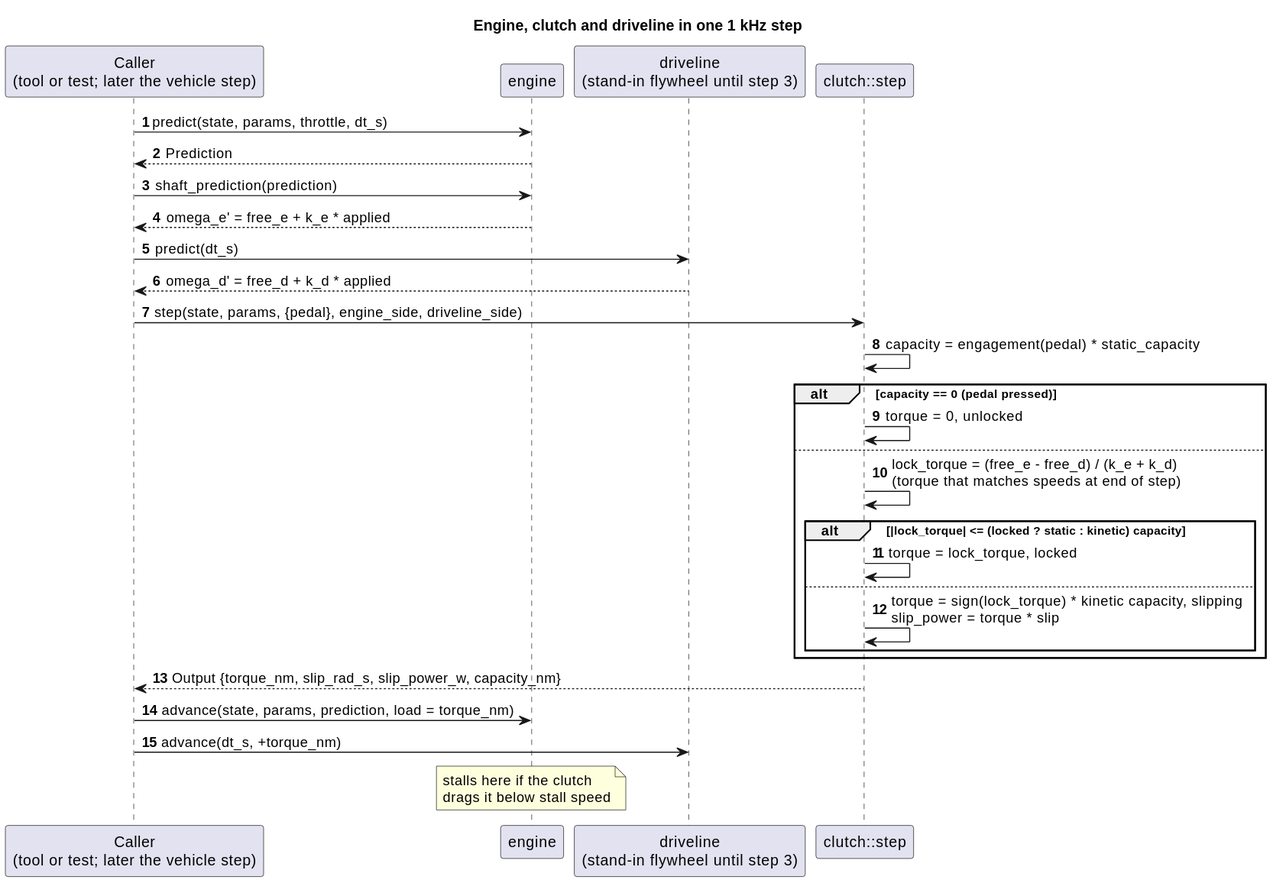
Above: docs/diagrams/svg/clutch_coupling_sequence.svg in wversteeg/TractorPulling (PlantUML), before the change. Its diagram source:
```plantuml
@startuml
title Engine, clutch and driveline in one 1 kHz step
autonumber
participant "Caller\n(tool or test; later the vehicle step)" as Caller
participant "engine" as Engine
participant "driveline\n(stand-in flywheel until step 3)" as Driveline
participant "clutch::step" as Clutch

Caller -> Engine : predict(state, params, throttle, dt_s)
Engine --> Caller : Prediction
Caller -> Engine : shaft_prediction(prediction)
Engine --> Caller : omega_e' = free_e + k_e * applied
Caller -> Driveline : predict(dt_s)
Driveline --> Caller : omega_d' = free_d + k_d * applied

Caller -> Clutch : step(state, params, {pedal}, engine_side, driveline_side)
Clutch -> Clutch : capacity = engagement(pedal) * static_capacity
alt capacity == 0 (pedal pressed)
  Clutch -> Clutch : torque = 0, unlocked
else
  Clutch -> Clutch : lock_torque = (free_e - free_d) / (k_e + k_d)\n(torque that matches speeds at end of step)
  alt |lock_torque| <= (locked ? static : kinetic) capacity
    Clutch -> Clutch : torque = lock_torque, locked
  else
    Clutch -> Clutch : torque = sign(lock_torque) * kinetic capacity, slipping\nslip_power = torque * slip
  end
end
Clutch --> Caller : Output {torque_nm, slip_rad_s, slip_power_w, capacity_nm}

Caller -> Engine : advance(state, params, prediction, load = torque_nm)
Caller -> Driveline : advance(dt_s, +torque_nm)
note over Engine : stalls here if the clutch\ndrags it below stall speed
@enduml
```
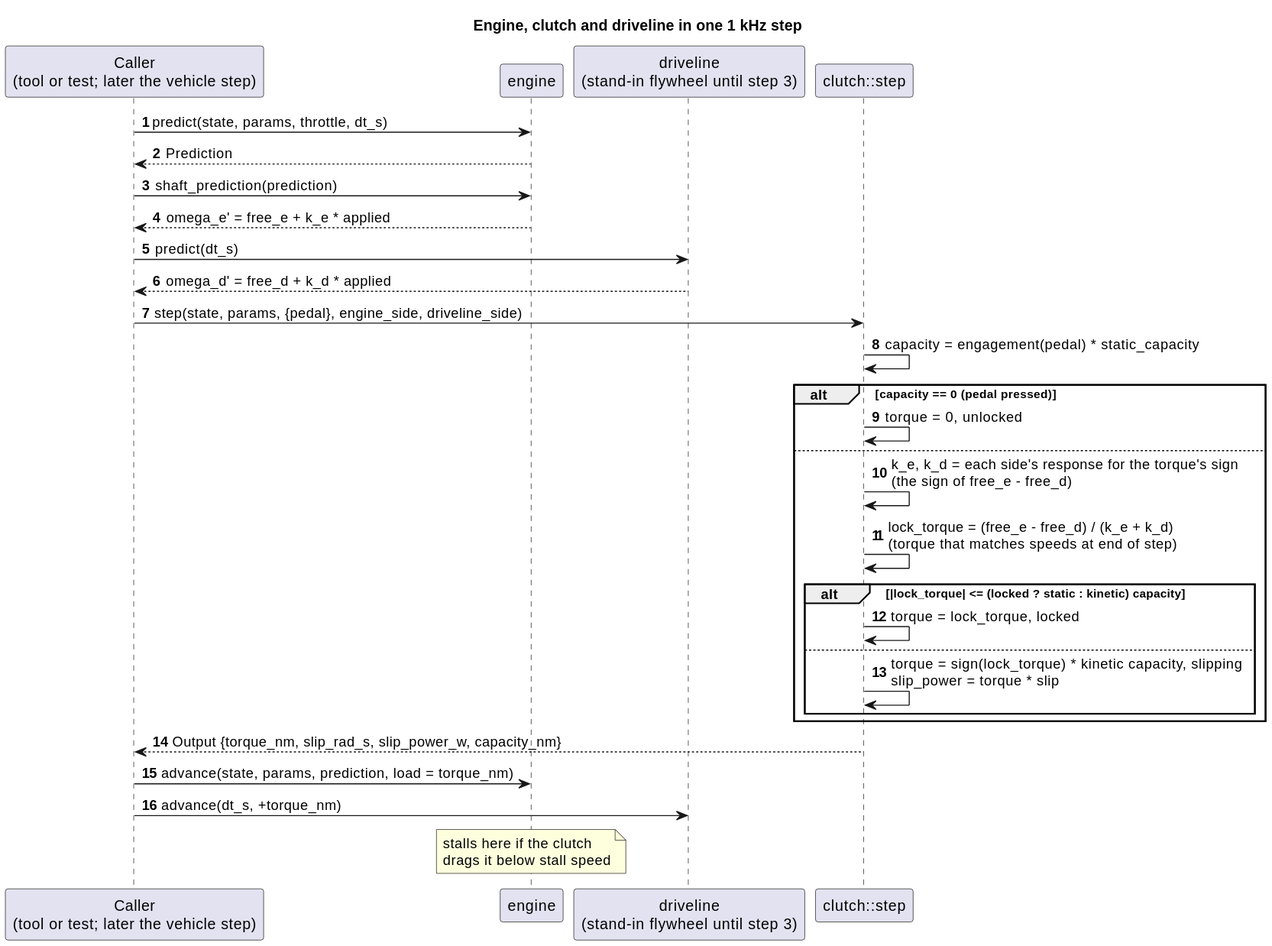
After the commit.

Commit message:
Let shafts respond differently to driving and braking torque

The edit, as a diff of the source:
```diff
@@ -18,6 +18,7 @@
 alt capacity == 0 (pedal pressed)
   Clutch -> Clutch : torque = 0, unlocked
 else
+  Clutch -> Clutch : k_e, k_d = each side's response for the torque's sign\n(the sign of free_e - free_d)
   Clutch -> Clutch : lock_torque = (free_e - free_d) / (k_e + k_d)\n(torque that matches speeds at end of step)
   alt |lock_torque| <= (locked ? static : kinetic) capacity
     Clutch -> Clutch : torque = lock_torque, locked
```
